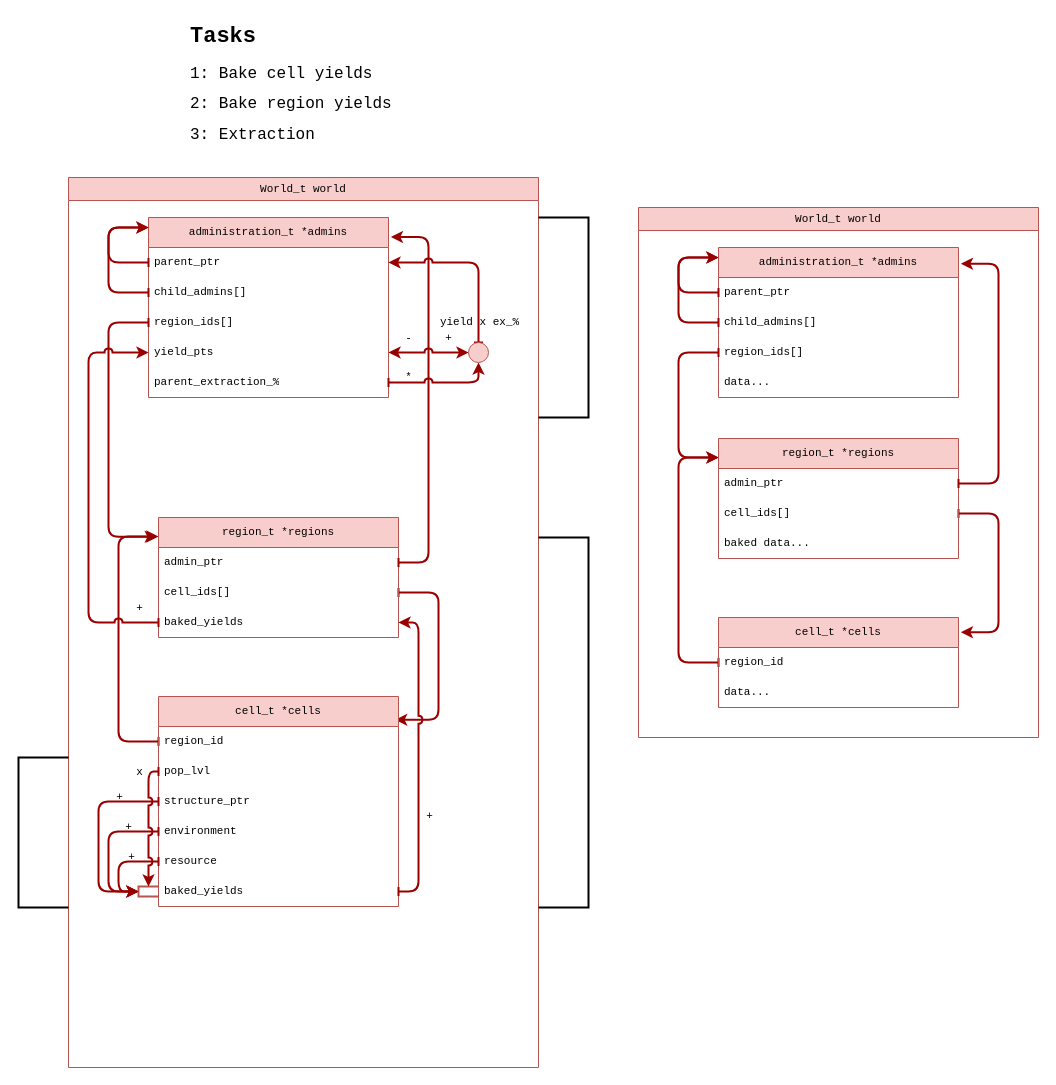
Fred-Aberg/hgss keeps this draw.io diagram as hgss.drawio. Above is the earlier version. Source tidied: cells renumbered, new cells numbered last; positions are measured from the earlier drawing's top-left corner, leaving out a move shared by most shapes. Both pictures are drawn from the tidied source at 100%, with x=0, y=0 at pixel (18, 17).
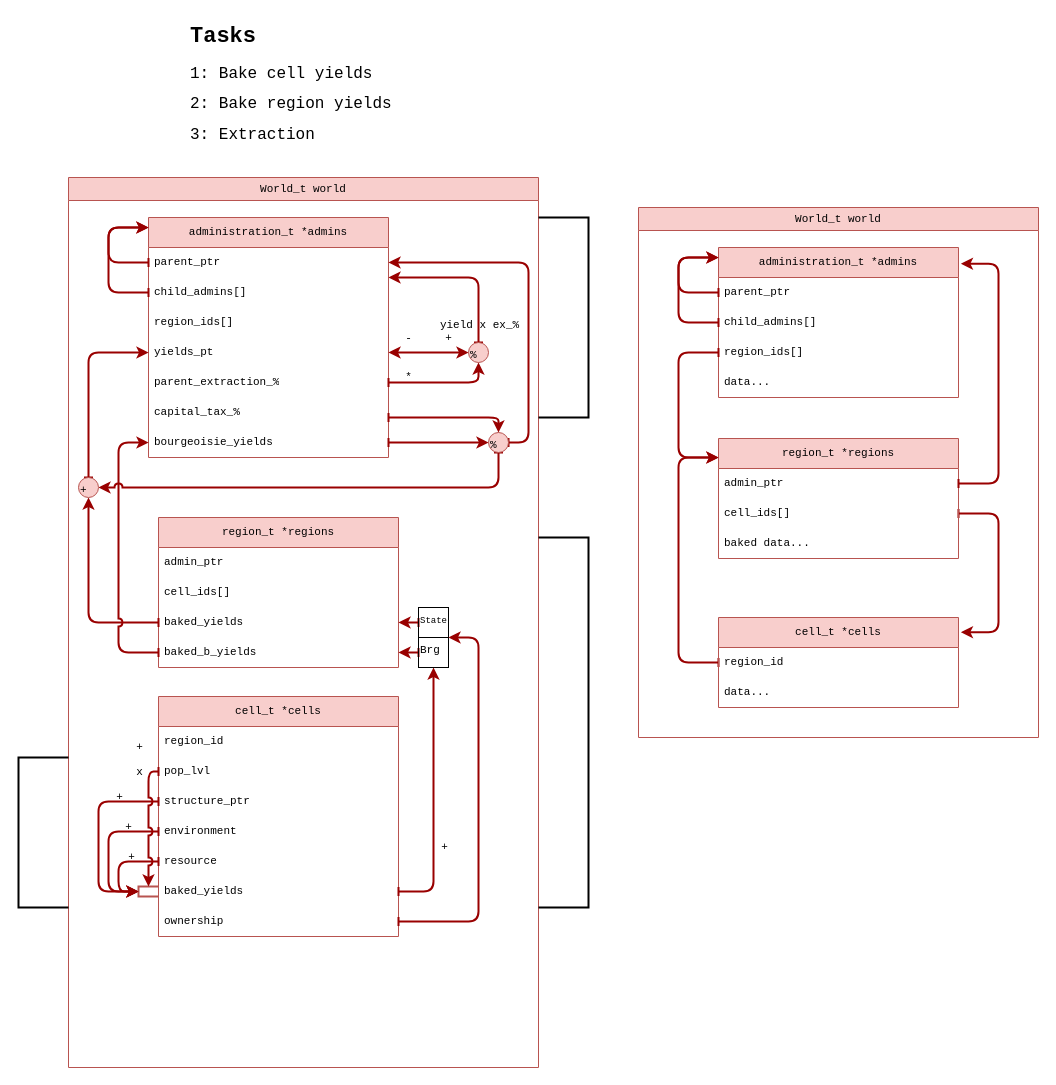
The same diagram, later.

Unchanged cells that the change refers to:
```xml
<mxCell id="22" value="&lt;span&gt;World_t world&lt;/span&gt;" style="swimlane;whiteSpace=wrap;html=1;strokeColor=#b85450;align=center;verticalAlign=middle;swimlaneFillColor=none;fontFamily=Courier New;fontSize=11;fontColor=default;fontStyle=0;labelBackgroundColor=none;fillColor=#f8cecc;gradientColor=none;" parent="1" vertex="1">
  <mxGeometry x="50" y="160" width="470" height="890" as="geometry" />
</mxCell>
<mxCell id="27" value="admin_ptr" style="text;strokeColor=none;fillColor=none;align=left;verticalAlign=middle;spacingLeft=4;spacingRight=4;overflow=hidden;points=[[0,0.5],[1,0.5]];portConstraint=eastwest;whiteSpace=wrap;html=1;fontFamily=Courier New;fontSize=11;fontColor=default;labelBackgroundColor=default;" parent="26" vertex="1">
  <mxGeometry y="30" width="240" height="30" as="geometry" />
</mxCell>
<mxCell id="28" value="&lt;font face=&quot;Courier New&quot;&gt;cell_ids[]&lt;/font&gt;" style="text;align=left;verticalAlign=middle;spacingLeft=4;spacingRight=4;overflow=hidden;points=[[0,0.5],[1,0.5]];portConstraint=eastwest;whiteSpace=wrap;html=1;fontFamily=Courier New;fontSize=11;labelBackgroundColor=default;" parent="26" vertex="1">
  <mxGeometry y="60" width="240" height="30" as="geometry" />
</mxCell>
<mxCell id="29" value="baked_yields" style="text;strokeColor=none;fillColor=none;align=left;verticalAlign=middle;spacingLeft=4;spacingRight=4;overflow=hidden;points=[[0,0.5],[1,0.5]];portConstraint=eastwest;whiteSpace=wrap;html=1;fontFamily=Courier New;fontSize=11;fontColor=default;labelBackgroundColor=default;" parent="26" vertex="1">
  <mxGeometry y="90" width="240" height="30" as="geometry" />
</mxCell>
<mxCell id="31" value="region_id" style="text;align=left;verticalAlign=middle;spacingLeft=4;spacingRight=4;overflow=hidden;points=[[0,0.5],[1,0.5]];portConstraint=eastwest;whiteSpace=wrap;html=1;fontFamily=Courier New;fontSize=11;labelBackgroundColor=default;" parent="30" vertex="1">
  <mxGeometry y="30" width="240" height="30" as="geometry" />
</mxCell>
<mxCell id="36" value="baked_yields" style="text;strokeColor=none;fillColor=none;align=left;verticalAlign=middle;spacingLeft=4;spacingRight=4;overflow=hidden;points=[[0,0.5],[1,0.5]];portConstraint=eastwest;whiteSpace=wrap;html=1;fontFamily=Courier New;fontSize=11;fontColor=default;labelBackgroundColor=default;" parent="30" vertex="1">
  <mxGeometry y="180" width="240" height="30" as="geometry" />
</mxCell>
<mxCell id="38" value="parent_ptr" style="text;strokeColor=none;fillColor=none;align=left;verticalAlign=middle;spacingLeft=4;spacingRight=4;overflow=hidden;points=[[0,0.5],[1,0.5]];portConstraint=eastwest;whiteSpace=wrap;html=1;fontFamily=Courier New;fontSize=11;fontColor=default;labelBackgroundColor=default;" parent="37" vertex="1">
  <mxGeometry y="30" width="240" height="30" as="geometry" />
</mxCell>
<mxCell id="42" value="region_ids[]" style="text;strokeColor=none;fillColor=none;align=left;verticalAlign=middle;spacingLeft=4;spacingRight=4;overflow=hidden;points=[[0,0.5],[1,0.5]];portConstraint=eastwest;whiteSpace=wrap;html=1;fontFamily=Courier New;fontSize=11;fontColor=default;labelBackgroundColor=default;" parent="37" vertex="1">
  <mxGeometry y="90" width="240" height="30" as="geometry" />
</mxCell>
```

Diff of the diagram source:
```diff
@@
-    <mxCell id="23" style="endArrow=classic;html=1;rounded=1;strokeColor=#990000;strokeWidth=2;align=center;verticalAlign=middle;fontFamily=Courier New;fontSize=11;fontColor=default;labelBackgroundColor=default;edgeStyle=elbowEdgeStyle;elbow=horizontal;exitX=1;exitY=0.5;exitDx=0;exitDy=0;entryX=0.986;entryY=0.111;entryDx=0;entryDy=0;entryPerimeter=0;jumpStyle=arc;startArrow=baseDash;startFill=0;" parent="22" edge="1" source="28" target="30">
-      <mxGeometry relative="1" as="geometry">
-        <Array as="points">
-          <mxPoint x="370" y="489" />
-        </Array>
-      </mxGeometry>
-    </mxCell>
@@
-    <mxCell id="25" style="endArrow=classic;html=1;rounded=1;strokeColor=#990000;strokeWidth=2;align=center;verticalAlign=middle;fontFamily=Courier New;fontSize=11;fontColor=default;labelBackgroundColor=default;edgeStyle=elbowEdgeStyle;elbow=horizontal;exitX=0;exitY=0.5;exitDx=0;exitDy=0;jumpStyle=arc;startArrow=baseDash;startFill=0;" parent="22" edge="1" source="31">
-      <mxGeometry relative="1" as="geometry">
-        <mxPoint x="90" y="359" as="targetPoint" />
-        <Array as="points">
-          <mxPoint x="50" y="459" />
-        </Array>
-      </mxGeometry>
-    </mxCell>
     <mxCell id="26" value="region_t *regions" style="swimlane;fontStyle=0;horizontal=1;startSize=30;whiteSpace=wrap;html=1;fontFamily=Courier New;fontSize=11;labelBackgroundColor=none;fillColor=#f8cecc;strokeColor=#b85450;gradientColor=none;swimlaneFillColor=none;" parent="22" vertex="1">
-      <mxGeometry x="90" y="340" width="240" height="120" as="geometry" />
+      <mxGeometry x="90" y="340" width="240" height="150" as="geometry" />
     </mxCell>
@@
+    <mxCell id="71" value="baked_b_yields" style="text;strokeColor=none;fillColor=none;align=left;verticalAlign=middle;spacingLeft=4;spacingRight=4;overflow=hidden;points=[[0,0.5],[1,0.5]];portConstraint=eastwest;whiteSpace=wrap;html=1;fontFamily=Courier New;fontSize=11;fontColor=default;labelBackgroundColor=default;" parent="26" vertex="1">
+      <mxGeometry y="120" width="240" height="30" as="geometry" />
+    </mxCell>
     <mxCell id="30" value="cell_t *cells" style="swimlane;fontStyle=0;horizontal=1;startSize=30;whiteSpace=wrap;html=1;fontFamily=Courier New;fontSize=11;labelBackgroundColor=none;fillColor=#f8cecc;strokeColor=#b85450;gradientColor=none;swimlaneFillColor=none;" parent="22" vertex="1">
-      <mxGeometry x="90" y="519" width="240" height="210" as="geometry" />
+      <mxGeometry x="90" y="519" width="240" height="240" as="geometry" />
     </mxCell>
@@
+    <mxCell id="72" value="ownership" style="text;strokeColor=none;fillColor=none;align=left;verticalAlign=middle;spacingLeft=4;spacingRight=4;overflow=hidden;points=[[0,0.5],[1,0.5]];portConstraint=eastwest;whiteSpace=wrap;html=1;fontFamily=Courier New;fontSize=11;fontColor=default;labelBackgroundColor=default;" parent="30" vertex="1">
+      <mxGeometry y="210" width="240" height="30" as="geometry" />
+    </mxCell>
     <mxCell id="37" value="administration_t *admins" style="swimlane;fontStyle=0;horizontal=1;startSize=30;whiteSpace=wrap;html=1;fontFamily=Courier New;fontSize=11;labelBackgroundColor=none;fillColor=#f8cecc;strokeColor=#b85450;gradientColor=none;swimlaneFillColor=none;" parent="22" vertex="1">
-      <mxGeometry x="80" y="40" width="240" height="180" as="geometry" />
+      <mxGeometry x="80" y="40" width="240" height="240" as="geometry" />
     </mxCell>
@@
-    <mxCell id="43" value="yield_pts" style="text;strokeColor=none;fillColor=none;align=left;verticalAlign=middle;spacingLeft=4;spacingRight=4;overflow=hidden;points=[[0,0.5],[1,0.5]];portConstraint=eastwest;whiteSpace=wrap;html=1;fontFamily=Courier New;fontSize=11;fontColor=default;labelBackgroundColor=default;" parent="37" vertex="1">
+    <mxCell id="43" value="yields_pt" style="text;strokeColor=none;fillColor=none;align=left;verticalAlign=middle;spacingLeft=4;spacingRight=4;overflow=hidden;points=[[0,0.5],[1,0.5]];portConstraint=eastwest;whiteSpace=wrap;html=1;fontFamily=Courier New;fontSize=11;fontColor=default;labelBackgroundColor=default;" parent="37" vertex="1">
       <mxGeometry y="120" width="240" height="30" as="geometry" />
     </mxCell>
@@
-    <mxCell id="45" style="edgeStyle=elbowEdgeStyle;shape=connector;rounded=1;jettySize=auto;elbow=horizontal;html=1;exitX=1;exitY=0.5;exitDx=0;exitDy=0;entryX=1.01;entryY=0.108;entryDx=0;entryDy=0;entryPerimeter=0;strokeColor=#990000;strokeWidth=2;align=center;verticalAlign=middle;fontFamily=Courier New;fontSize=11;fontColor=default;labelBackgroundColor=default;endArrow=classic;jumpStyle=arc;startArrow=baseDash;startFill=0;" parent="22" edge="1" source="27" target="37">
-      <mxGeometry relative="1" as="geometry">
-        <Array as="points">
-          <mxPoint x="360" y="180" />
-        </Array>
-      </mxGeometry>
-    </mxCell>
+    <mxCell id="73" value="capital_tax_%" style="text;strokeColor=none;fillColor=none;align=left;verticalAlign=middle;spacingLeft=4;spacingRight=4;overflow=hidden;points=[[0,0.5],[1,0.5]];portConstraint=eastwest;whiteSpace=wrap;html=1;fontFamily=Courier New;fontSize=11;fontColor=default;labelBackgroundColor=default;" parent="37" vertex="1">
+      <mxGeometry y="180" width="240" height="30" as="geometry" />
+    </mxCell>
+    <mxCell id="74" value="bourgeoisie_yields" style="text;strokeColor=none;fillColor=none;align=left;verticalAlign=middle;spacingLeft=4;spacingRight=4;overflow=hidden;points=[[0,0.5],[1,0.5]];portConstraint=eastwest;whiteSpace=wrap;html=1;fontFamily=Courier New;fontSize=11;fontColor=default;labelBackgroundColor=default;" parent="37" vertex="1">
+      <mxGeometry y="210" width="240" height="30" as="geometry" />
+    </mxCell>
@@
-    <mxCell id="55" style="edgeStyle=elbowEdgeStyle;shape=connector;rounded=1;jumpStyle=arc;jettySize=auto;elbow=horizontal;html=1;exitX=1;exitY=0.5;exitDx=0;exitDy=0;entryX=1;entryY=0.5;entryDx=0;entryDy=0;strokeColor=#990000;strokeWidth=2;align=center;verticalAlign=middle;fontFamily=Courier New;fontSize=11;fontColor=default;fontStyle=0;labelBackgroundColor=none;startArrow=baseDash;startFill=0;endArrow=classic;" parent="22" edge="1" source="36" target="29">
+    <mxCell id="55" style="edgeStyle=elbowEdgeStyle;shape=connector;rounded=1;jumpStyle=arc;jettySize=auto;elbow=horizontal;html=1;exitX=1;exitY=0.5;exitDx=0;exitDy=0;strokeColor=#990000;strokeWidth=2;align=center;verticalAlign=middle;fontFamily=Courier New;fontSize=11;fontColor=default;fontStyle=0;labelBackgroundColor=none;startArrow=baseDash;startFill=0;endArrow=classic;entryX=0.5;entryY=1;entryDx=0;entryDy=0;" parent="22" edge="1" source="36" target="76">
       <mxGeometry relative="1" as="geometry">
         <Array as="points">
-          <mxPoint x="350" y="579" />
+          <mxPoint x="365" y="610" />
         </Array>
       </mxGeometry>
     </mxCell>
@@
-    <mxCell id="57" style="edgeStyle=elbowEdgeStyle;shape=connector;rounded=1;jettySize=auto;elbow=horizontal;html=1;exitX=0;exitY=0.5;exitDx=0;exitDy=0;strokeColor=#990000;strokeWidth=2;align=center;verticalAlign=middle;fontFamily=Courier New;fontSize=11;fontColor=default;labelBackgroundColor=default;endArrow=classic;jumpStyle=arc;startArrow=baseDash;startFill=0;entryX=-0.007;entryY=0.16;entryDx=0;entryDy=0;entryPerimeter=0;" parent="22" edge="1" source="42" target="26">
-      <mxGeometry relative="1" as="geometry">
-        <Array as="points">
-          <mxPoint x="40" y="200" />
-        </Array>
-      </mxGeometry>
-    </mxCell>
-    <mxCell id="58" style="edgeStyle=elbowEdgeStyle;shape=connector;rounded=1;jumpStyle=arc;jettySize=auto;elbow=horizontal;html=1;exitX=0;exitY=0.5;exitDx=0;exitDy=0;entryX=0;entryY=0.5;entryDx=0;entryDy=0;strokeColor=#990000;strokeWidth=2;align=center;verticalAlign=middle;fontFamily=Courier New;fontSize=11;fontColor=default;fontStyle=0;labelBackgroundColor=none;startArrow=baseDash;startFill=0;endArrow=classic;" parent="22" edge="1" source="29" target="43">
+    <mxCell id="58" style="edgeStyle=elbowEdgeStyle;shape=connector;rounded=1;jumpStyle=arc;jettySize=auto;elbow=horizontal;html=1;exitX=0;exitY=0.5;exitDx=0;exitDy=0;entryX=0.5;entryY=1;entryDx=0;entryDy=0;strokeColor=#990000;strokeWidth=2;align=center;verticalAlign=middle;fontFamily=Courier New;fontSize=11;fontColor=default;fontStyle=0;labelBackgroundColor=none;startArrow=baseDash;startFill=0;endArrow=classic;" parent="22" edge="1" source="29" target="87">
       <mxGeometry relative="1" as="geometry">
         <Array as="points">
           <mxPoint x="20" y="300" />
         </Array>
       </mxGeometry>
     </mxCell>
@@
-    <mxCell id="62" style="ellipse;whiteSpace=wrap;html=1;rounded=0;align=left;verticalAlign=top;fontFamily=Courier New;fontSize=11;fontStyle=0;labelBackgroundColor=none;fillColor=#f8cecc;strokeColor=#b85450;" parent="22" vertex="1">
+    <mxCell id="62" value="%" style="ellipse;whiteSpace=wrap;html=1;rounded=0;align=left;verticalAlign=top;fontFamily=Courier New;fontSize=11;fontStyle=0;labelBackgroundColor=none;fillColor=#f8cecc;strokeColor=#b85450;" parent="22" vertex="1">
       <mxGeometry x="400" y="165" width="20" height="20" as="geometry" />
     </mxCell>
@@
+    <mxCell id="75" style="edgeStyle=elbowEdgeStyle;shape=connector;rounded=1;jumpStyle=arc;jettySize=auto;elbow=horizontal;html=1;entryX=1;entryY=0.5;entryDx=0;entryDy=0;strokeColor=#990000;strokeWidth=2;align=center;verticalAlign=middle;fontFamily=Courier New;fontSize=11;fontColor=default;fontStyle=0;labelBackgroundColor=none;startArrow=baseDash;startFill=0;endArrow=classic;" parent="22" edge="1" source="76" target="71">
+      <mxGeometry relative="1" as="geometry" />
+    </mxCell>
+    <mxCell id="76" value="Brg" style="whiteSpace=wrap;html=1;rounded=0;align=left;verticalAlign=top;fontFamily=Courier New;fontSize=11;fontColor=default;fontStyle=0;labelBackgroundColor=none;fillColor=none;gradientColor=none;" parent="22" vertex="1">
+      <mxGeometry x="350" y="460" width="30" height="30" as="geometry" />
+    </mxCell>
+    <mxCell id="77" style="edgeStyle=elbowEdgeStyle;shape=connector;rounded=1;jumpStyle=arc;jettySize=auto;elbow=horizontal;html=1;entryX=1;entryY=0.5;entryDx=0;entryDy=0;strokeColor=#990000;strokeWidth=2;align=center;verticalAlign=middle;fontFamily=Courier New;fontSize=11;fontColor=default;fontStyle=0;labelBackgroundColor=none;startArrow=baseDash;startFill=0;endArrow=classic;" parent="22" edge="1" source="78" target="29">
+      <mxGeometry relative="1" as="geometry" />
+    </mxCell>
+    <mxCell id="78" value="&lt;font style=&quot;font-size: 9px;&quot;&gt;State&lt;/font&gt;" style="whiteSpace=wrap;html=1;rounded=0;align=left;verticalAlign=top;fontFamily=Courier New;fontSize=11;fontColor=default;fontStyle=0;labelBackgroundColor=none;fillColor=none;gradientColor=none;" parent="22" vertex="1">
+      <mxGeometry x="350" y="430" width="30" height="30" as="geometry" />
+    </mxCell>
+    <mxCell id="79" style="edgeStyle=elbowEdgeStyle;shape=connector;rounded=1;jumpStyle=arc;jettySize=auto;elbow=horizontal;html=1;exitX=1;exitY=0.5;exitDx=0;exitDy=0;entryX=1;entryY=0;entryDx=0;entryDy=0;strokeColor=#990000;strokeWidth=2;align=center;verticalAlign=middle;fontFamily=Courier New;fontSize=11;fontColor=default;fontStyle=0;labelBackgroundColor=none;startArrow=baseDash;startFill=0;endArrow=classic;" parent="22" edge="1" source="72" target="76">
+      <mxGeometry relative="1" as="geometry">
+        <Array as="points">
+          <mxPoint x="410" y="600" />
+        </Array>
+      </mxGeometry>
+    </mxCell>
+    <mxCell id="80" style="edgeStyle=elbowEdgeStyle;shape=connector;rounded=1;jumpStyle=arc;jettySize=auto;elbow=horizontal;html=1;entryX=0;entryY=0.5;entryDx=0;entryDy=0;strokeColor=#990000;strokeWidth=2;align=center;verticalAlign=middle;fontFamily=Courier New;fontSize=11;fontColor=default;fontStyle=0;labelBackgroundColor=none;startArrow=baseDash;startFill=0;endArrow=classic;" parent="22" edge="1" source="71" target="74">
+      <mxGeometry relative="1" as="geometry">
+        <Array as="points">
+          <mxPoint x="50" y="370" />
+        </Array>
+      </mxGeometry>
+    </mxCell>
+    <mxCell id="81" style="edgeStyle=elbowEdgeStyle;shape=connector;rounded=1;jumpStyle=arc;jettySize=auto;elbow=horizontal;html=1;entryX=1;entryY=0.5;entryDx=0;entryDy=0;strokeColor=#990000;strokeWidth=2;align=center;verticalAlign=middle;fontFamily=Courier New;fontSize=11;fontColor=default;fontStyle=0;labelBackgroundColor=none;startArrow=baseDash;startFill=0;endArrow=classic;" parent="22" edge="1" source="83" target="38">
+      <mxGeometry relative="1" as="geometry">
+        <Array as="points">
+          <mxPoint x="460" y="170" />
+        </Array>
+      </mxGeometry>
+    </mxCell>
+    <mxCell id="82" style="edgeStyle=elbowEdgeStyle;shape=connector;rounded=1;jumpStyle=arc;jettySize=auto;elbow=horizontal;html=1;exitX=0.5;exitY=1;exitDx=0;exitDy=0;strokeColor=#990000;strokeWidth=2;align=center;verticalAlign=middle;fontFamily=Courier New;fontSize=11;fontColor=default;fontStyle=0;labelBackgroundColor=none;startArrow=baseDash;startFill=0;endArrow=classic;entryX=1;entryY=0.5;entryDx=0;entryDy=0;" parent="22" edge="1" source="83" target="87">
+      <mxGeometry relative="1" as="geometry">
+        <Array as="points">
+          <mxPoint x="430" y="300" />
+        </Array>
+      </mxGeometry>
+    </mxCell>
+    <mxCell id="83" value="%" style="ellipse;whiteSpace=wrap;html=1;rounded=0;align=left;verticalAlign=top;fontFamily=Courier New;fontSize=11;fontStyle=0;labelBackgroundColor=none;fillColor=#f8cecc;strokeColor=#b85450;" parent="22" vertex="1">
+      <mxGeometry x="420" y="255" width="20" height="20" as="geometry" />
+    </mxCell>
+    <mxCell id="84" style="edgeStyle=elbowEdgeStyle;shape=connector;rounded=1;jumpStyle=arc;jettySize=auto;elbow=horizontal;html=1;exitX=1;exitY=0.5;exitDx=0;exitDy=0;strokeColor=#990000;strokeWidth=2;align=center;verticalAlign=middle;fontFamily=Courier New;fontSize=11;fontColor=default;fontStyle=0;labelBackgroundColor=none;startArrow=baseDash;startFill=0;endArrow=classic;entryX=0;entryY=0.5;entryDx=0;entryDy=0;" parent="22" edge="1" source="74" target="83">
+      <mxGeometry relative="1" as="geometry" />
+    </mxCell>
+    <mxCell id="85" style="edgeStyle=elbowEdgeStyle;shape=connector;rounded=1;jumpStyle=arc;jettySize=auto;elbow=horizontal;html=1;entryX=0.5;entryY=0;entryDx=0;entryDy=0;strokeColor=#990000;strokeWidth=2;align=center;verticalAlign=middle;fontFamily=Courier New;fontSize=11;fontColor=default;fontStyle=0;labelBackgroundColor=none;startArrow=baseDash;startFill=0;endArrow=classic;" parent="22" edge="1" source="73" target="83">
+      <mxGeometry relative="1" as="geometry">
+        <Array as="points">
+          <mxPoint x="430" y="240" />
+        </Array>
+      </mxGeometry>
+    </mxCell>
+    <mxCell id="86" style="edgeStyle=elbowEdgeStyle;shape=connector;rounded=1;jumpStyle=arc;jettySize=auto;elbow=horizontal;html=1;entryX=0;entryY=0.5;entryDx=0;entryDy=0;strokeColor=#990000;strokeWidth=2;align=center;verticalAlign=middle;fontFamily=Courier New;fontSize=11;fontColor=default;fontStyle=0;labelBackgroundColor=none;startArrow=baseDash;startFill=0;endArrow=classic;" parent="22" edge="1" source="87" target="43">
+      <mxGeometry relative="1" as="geometry">
+        <Array as="points">
+          <mxPoint x="20" y="240" />
+        </Array>
+      </mxGeometry>
+    </mxCell>
+    <mxCell id="87" value="+" style="ellipse;whiteSpace=wrap;html=1;rounded=0;align=left;verticalAlign=top;fontFamily=Courier New;fontSize=11;fontStyle=0;labelBackgroundColor=none;fillColor=#f8cecc;strokeColor=#b85450;" parent="22" vertex="1">
+      <mxGeometry x="10" y="300" width="20" height="20" as="geometry" />
+    </mxCell>
```
